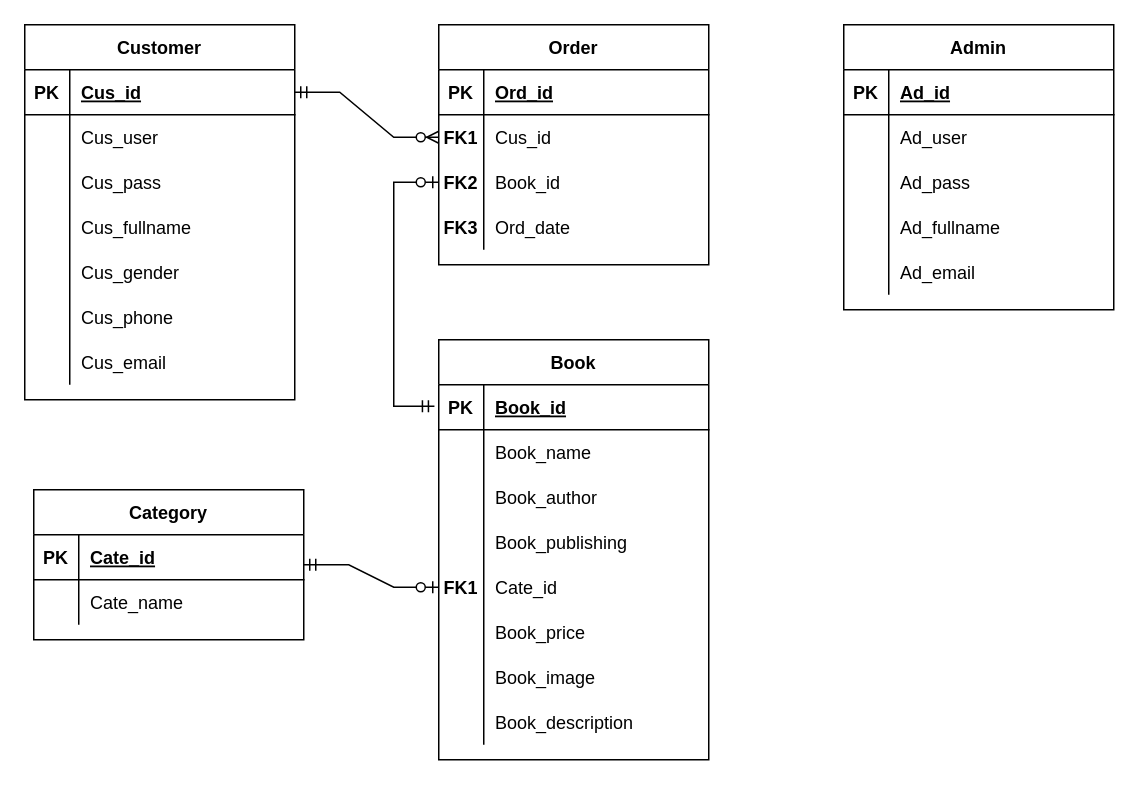
Above: page "ERD" (2 of 5) of Diagram/Diagram.drawio in ducmtgch200681/1670-App-group (draw.io), before the change. Source tidied: cells renumbered, new cells numbered last; positions are measured from the earlier drawing's top-left corner, leaving out a move shared by most shapes. Both pictures are drawn from the tidied source at 150%, with x=0, y=0 at pixel (24, 24).
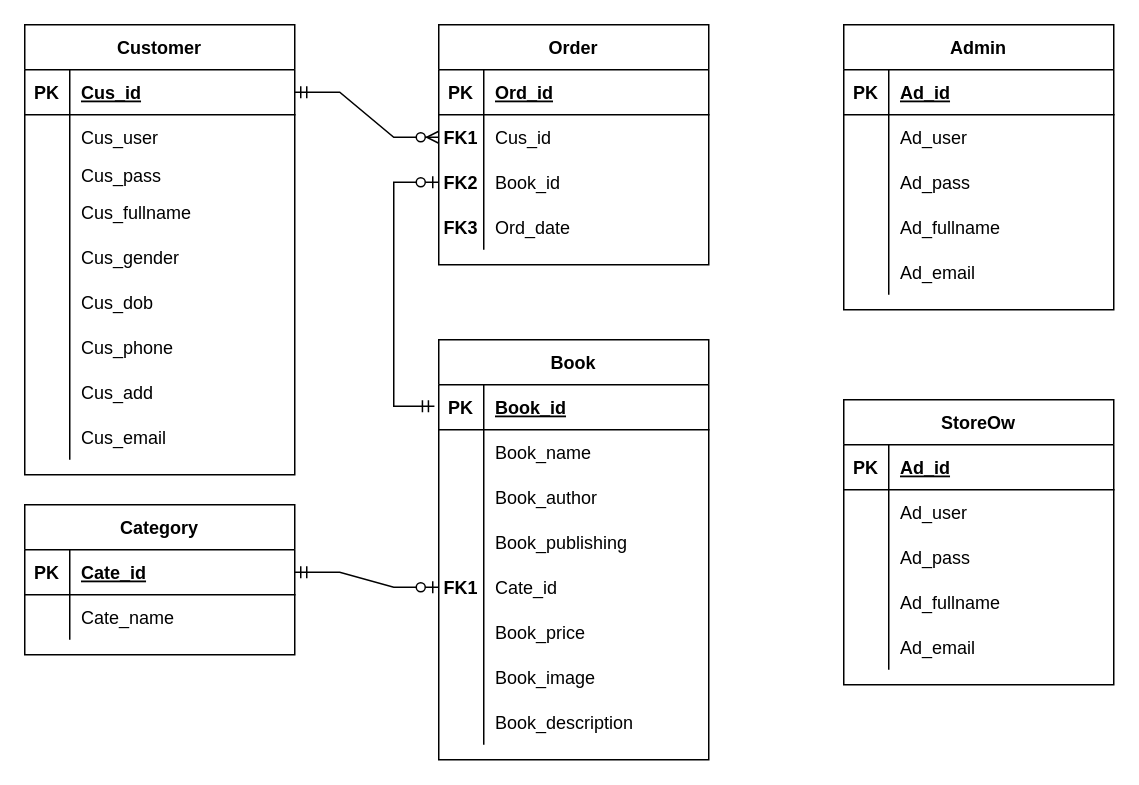
After the change.

Unchanged cells that the change refers to:
```xml
<mxCell id="41" style="shape=tableRow;horizontal=0;startSize=0;swimlaneHead=0;swimlaneBody=0;fillColor=none;points=[[0,0.5],[1,0.5]];portConstraint=eastwest;top=0;left=0;right=0;bottom=1;" parent="40" vertex="1">
  <mxGeometry y="30" width="180" height="30" as="geometry" />
</mxCell>
<mxCell id="60" style="shape=tableRow;horizontal=0;startSize=0;swimlaneHead=0;swimlaneBody=0;fillColor=none;points=[[0,0.5],[1,0.5]];portConstraint=eastwest;top=0;left=0;right=0;bottom=0;" parent="47" vertex="1">
  <mxGeometry y="150" width="180" height="30" as="geometry" />
</mxCell>
```

Change to the diagram source:
```diff
@@
     <mxCell id="18" value="Customer" style="shape=table;startSize=30;childLayout=tableLayout;rowLines=0;fontStyle=1;align=center;" parent="1" vertex="1">
-      <mxGeometry width="180" height="250" as="geometry" />
+      <mxGeometry width="180" height="300" as="geometry" />
     </mxCell>
@@
     <mxCell id="25" style="shape=tableRow;horizontal=0;startSize=0;swimlaneHead=0;swimlaneBody=0;fillColor=none;top=0;left=0;right=0;bottom=0;" parent="18" vertex="1">
-      <mxGeometry y="90" width="180" height="30" as="geometry" />
+      <mxGeometry y="90" width="180" height="20" as="geometry" />
     </mxCell>
     <mxCell id="26" style="shape=partialRectangle;fillColor=none;top=0;left=0;bottom=0;right=0;overflow=hidden;" parent="25" vertex="1">
-      <mxGeometry width="30" height="30" as="geometry" />
+      <mxGeometry width="30" height="20" as="geometry" />
     </mxCell>
     <mxCell id="27" value="Cus_pass" style="shape=partialRectangle;fillColor=none;top=0;left=0;bottom=0;right=0;align=left;spacingLeft=6;overflow=hidden;" parent="25" vertex="1">
-      <mxGeometry x="30" width="150" height="30" as="geometry" />
+      <mxGeometry x="30" width="150" height="20" as="geometry" />
     </mxCell>
     <mxCell id="28" style="shape=tableRow;horizontal=0;startSize=0;swimlaneHead=0;swimlaneBody=0;fillColor=none;top=0;left=0;right=0;bottom=0;" parent="18" vertex="1">
-      <mxGeometry y="120" width="180" height="30" as="geometry" />
+      <mxGeometry y="110" width="180" height="30" as="geometry" />
     </mxCell>
@@
     <mxCell id="31" style="shape=tableRow;horizontal=0;startSize=0;swimlaneHead=0;swimlaneBody=0;fillColor=none;top=0;left=0;right=0;bottom=0;" parent="18" vertex="1">
-      <mxGeometry y="150" width="180" height="30" as="geometry" />
+      <mxGeometry y="140" width="180" height="30" as="geometry" />
     </mxCell>
@@
+    <mxCell id="88" style="shape=tableRow;horizontal=0;startSize=0;swimlaneHead=0;swimlaneBody=0;fillColor=none;top=0;left=0;right=0;bottom=0;" parent="18" vertex="1">
+      <mxGeometry y="170" width="180" height="30" as="geometry" />
+    </mxCell>
+    <mxCell id="89" style="shape=partialRectangle;fillColor=none;top=0;left=0;bottom=0;right=0;overflow=hidden;" parent="88" vertex="1">
+      <mxGeometry width="30" height="30" as="geometry" />
+    </mxCell>
+    <mxCell id="90" value="Cus_dob" style="shape=partialRectangle;fillColor=none;top=0;left=0;bottom=0;right=0;align=left;spacingLeft=6;overflow=hidden;" parent="88" vertex="1">
+      <mxGeometry x="30" width="150" height="30" as="geometry" />
+    </mxCell>
     <mxCell id="34" style="shape=tableRow;horizontal=0;startSize=0;swimlaneHead=0;swimlaneBody=0;fillColor=none;top=0;left=0;right=0;bottom=0;" parent="18" vertex="1">
-      <mxGeometry y="180" width="180" height="30" as="geometry" />
+      <mxGeometry y="200" width="180" height="30" as="geometry" />
     </mxCell>
@@
+    <mxCell id="91" style="shape=tableRow;horizontal=0;startSize=0;swimlaneHead=0;swimlaneBody=0;fillColor=none;top=0;left=0;right=0;bottom=0;" parent="18" vertex="1">
+      <mxGeometry y="230" width="180" height="30" as="geometry" />
+    </mxCell>
+    <mxCell id="92" style="shape=partialRectangle;fillColor=none;top=0;left=0;bottom=0;right=0;overflow=hidden;" parent="91" vertex="1">
+      <mxGeometry width="30" height="30" as="geometry" />
+    </mxCell>
+    <mxCell id="93" value="Cus_add" style="shape=partialRectangle;fillColor=none;top=0;left=0;bottom=0;right=0;align=left;spacingLeft=6;overflow=hidden;" parent="91" vertex="1">
+      <mxGeometry x="30" width="150" height="30" as="geometry" />
+    </mxCell>
     <mxCell id="37" style="shape=tableRow;horizontal=0;startSize=0;swimlaneHead=0;swimlaneBody=0;fillColor=none;top=0;left=0;right=0;bottom=0;" parent="18" vertex="1">
-      <mxGeometry y="210" width="180" height="30" as="geometry" />
+      <mxGeometry y="260" width="180" height="30" as="geometry" />
     </mxCell>
@@
     <mxCell id="40" value="Category" style="shape=table;startSize=30;childLayout=tableLayout;rowLines=0;fontStyle=1;align=center;" parent="1" vertex="1">
-      <mxGeometry x="6" y="310" width="180" height="100" as="geometry" />
+      <mxGeometry y="320" width="180" height="100" as="geometry" />
     </mxCell>
@@
-    <mxCell id="86" style="edgeStyle=entityRelationEdgeStyle;fontSize=12;html=1;endArrow=ERzeroToOne;startArrow=ERmandOne;rounded=0;entryX=0;entryY=0.5;entryDx=0;entryDy=0;" parent="1" edge="1" target="60">
-      <mxGeometry relative="1" as="geometry">
-        <mxPoint x="186" y="360" as="sourcePoint" />
-      </mxGeometry>
+    <mxCell id="86" style="edgeStyle=entityRelationEdgeStyle;fontSize=12;html=1;endArrow=ERzeroToOne;startArrow=ERmandOne;rounded=0;entryX=0;entryY=0.5;entryDx=0;entryDy=0;exitX=1;exitY=0.5;exitDx=0;exitDy=0;" parent="1" edge="1" source="41" target="60">
+      <mxGeometry relative="1" as="geometry" />
     </mxCell>
@@
+    <mxCell id="94" value="StoreOw" style="shape=table;startSize=30;childLayout=tableLayout;rowLines=0;fontStyle=1;align=center;" parent="1" vertex="1">
+      <mxGeometry x="546" y="250" width="180" height="190" as="geometry" />
+    </mxCell>
+    <mxCell id="95" style="shape=tableRow;horizontal=0;startSize=0;swimlaneHead=0;swimlaneBody=0;fillColor=none;top=0;left=0;right=0;bottom=1;" parent="94" vertex="1">
+      <mxGeometry y="30" width="180" height="30" as="geometry" />
+    </mxCell>
+    <mxCell id="96" value="PK" style="shape=partialRectangle;fillColor=none;top=0;left=0;bottom=0;right=0;fontStyle=1;overflow=hidden;" parent="95" vertex="1">
+      <mxGeometry width="30" height="30" as="geometry" />
+    </mxCell>
+    <mxCell id="97" value="Ad_id" style="shape=partialRectangle;fillColor=none;top=0;left=0;bottom=0;right=0;align=left;spacingLeft=6;fontStyle=5;overflow=hidden;" parent="95" vertex="1">
+      <mxGeometry x="30" width="150" height="30" as="geometry" />
+    </mxCell>
+    <mxCell id="98" style="shape=tableRow;horizontal=0;startSize=0;swimlaneHead=0;swimlaneBody=0;fillColor=none;top=0;left=0;right=0;bottom=0;" parent="94" vertex="1">
+      <mxGeometry y="60" width="180" height="30" as="geometry" />
+    </mxCell>
+    <mxCell id="99" style="shape=partialRectangle;fillColor=none;top=0;left=0;bottom=0;right=0;overflow=hidden;" parent="98" vertex="1">
+      <mxGeometry width="30" height="30" as="geometry" />
+    </mxCell>
+    <mxCell id="100" value="Ad_user" style="shape=partialRectangle;fillColor=none;top=0;left=0;bottom=0;right=0;align=left;spacingLeft=6;overflow=hidden;" parent="98" vertex="1">
+      <mxGeometry x="30" width="150" height="30" as="geometry" />
+    </mxCell>
+    <mxCell id="101" style="shape=tableRow;horizontal=0;startSize=0;swimlaneHead=0;swimlaneBody=0;fillColor=none;top=0;left=0;right=0;bottom=0;" parent="94" vertex="1">
+      <mxGeometry y="90" width="180" height="30" as="geometry" />
+    </mxCell>
+    <mxCell id="102" style="shape=partialRectangle;fillColor=none;top=0;left=0;bottom=0;right=0;overflow=hidden;" parent="101" vertex="1">
+      <mxGeometry width="30" height="30" as="geometry" />
+    </mxCell>
+    <mxCell id="103" value="Ad_pass" style="shape=partialRectangle;fillColor=none;top=0;left=0;bottom=0;right=0;align=left;spacingLeft=6;overflow=hidden;" parent="101" vertex="1">
+      <mxGeometry x="30" width="150" height="30" as="geometry" />
+    </mxCell>
+    <mxCell id="104" style="shape=tableRow;horizontal=0;startSize=0;swimlaneHead=0;swimlaneBody=0;fillColor=none;top=0;left=0;right=0;bottom=0;" parent="94" vertex="1">
+      <mxGeometry y="120" width="180" height="30" as="geometry" />
+    </mxCell>
+    <mxCell id="105" style="shape=partialRectangle;fillColor=none;top=0;left=0;bottom=0;right=0;overflow=hidden;" parent="104" vertex="1">
+      <mxGeometry width="30" height="30" as="geometry" />
+    </mxCell>
+    <mxCell id="106" value="Ad_fullname" style="shape=partialRectangle;fillColor=none;top=0;left=0;bottom=0;right=0;align=left;spacingLeft=6;overflow=hidden;" parent="104" vertex="1">
+      <mxGeometry x="30" width="150" height="30" as="geometry" />
+    </mxCell>
+    <mxCell id="107" style="shape=tableRow;horizontal=0;startSize=0;swimlaneHead=0;swimlaneBody=0;fillColor=none;top=0;left=0;right=0;bottom=0;" parent="94" vertex="1">
+      <mxGeometry y="150" width="180" height="30" as="geometry" />
+    </mxCell>
+    <mxCell id="108" style="shape=partialRectangle;fillColor=none;top=0;left=0;bottom=0;right=0;overflow=hidden;" parent="107" vertex="1">
+      <mxGeometry width="30" height="30" as="geometry" />
+    </mxCell>
+    <mxCell id="109" value="Ad_email" style="shape=partialRectangle;fillColor=none;top=0;left=0;bottom=0;right=0;align=left;spacingLeft=6;overflow=hidden;" parent="107" vertex="1">
+      <mxGeometry x="30" width="150" height="30" as="geometry" />
+    </mxCell>
```
